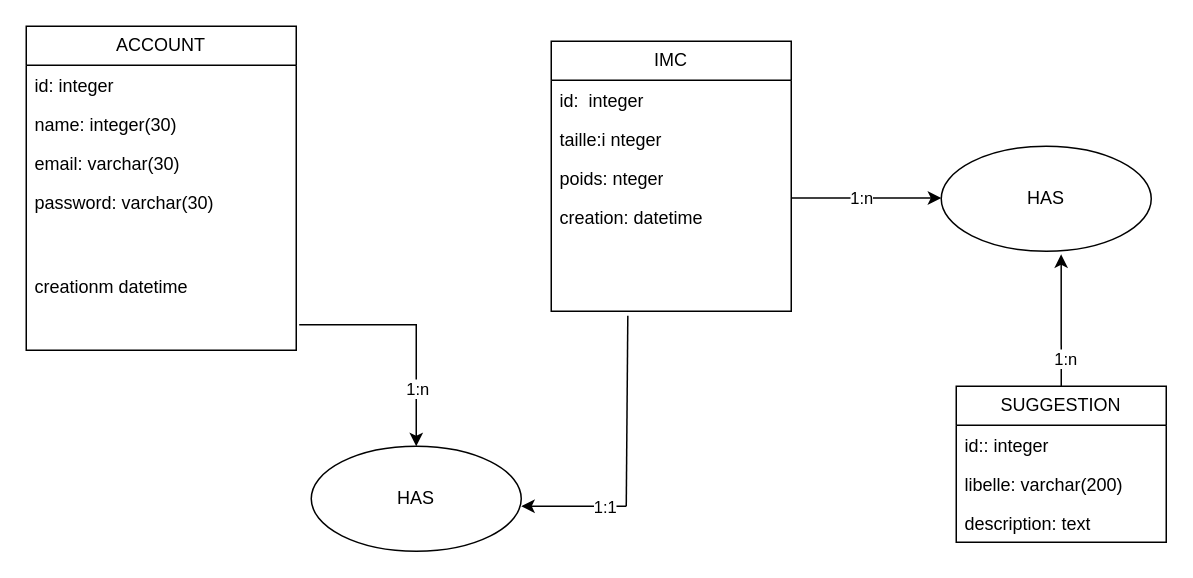
Before: page "mcd(modele conceptuel des donnees)" (1 of 2) of database-imc/imc-mcd.drawio in ledemkam/Body-Masser-Index, a draw.io diagram. Source tidied: cells renumbered, new cells numbered last; positions are measured from the earlier drawing's top-left corner, leaving out a move shared by most shapes. Both pictures are drawn from the tidied source at 150%, with x=0, y=0 at pixel (26, 26).
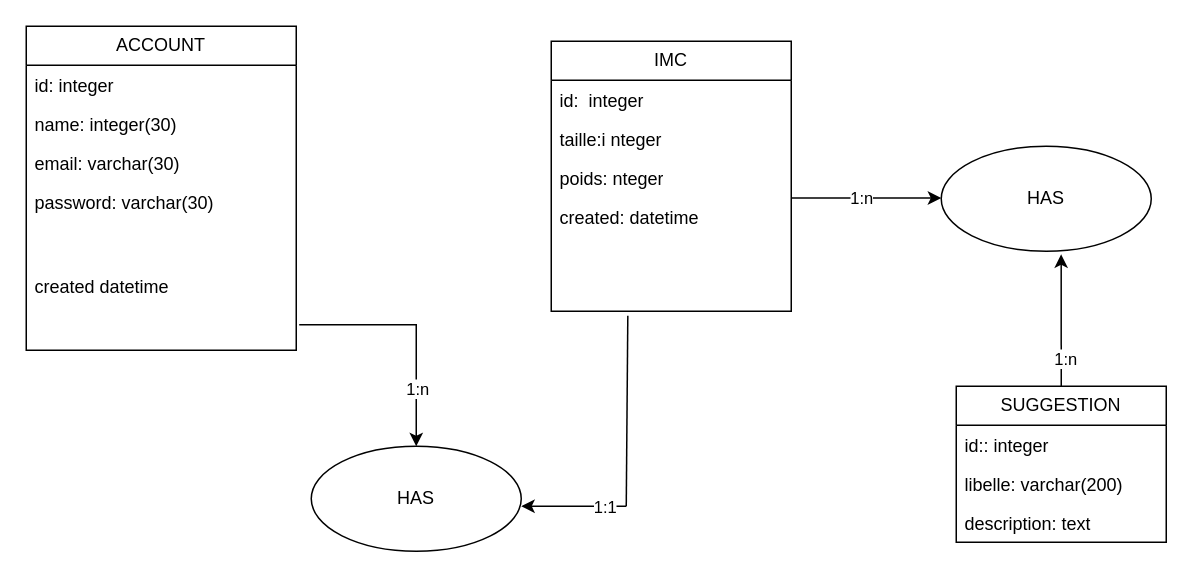
After the change.

The change refers to these unchanged cells:
```xml
<mxCell id="4" value="ACCOUNT" style="swimlane;fontStyle=0;horizontal=1;startSize=26;fillColor=none;whiteSpace=wrap;html=1;" parent="1" vertex="1">
  <mxGeometry width="180" height="216" as="geometry" />
</mxCell>
<mxCell id="10" value="IMC" style="swimlane;fontStyle=0;horizontal=1;startSize=26;fillColor=none;whiteSpace=wrap;html=1;" parent="1" vertex="1">
  <mxGeometry x="350" y="10" width="160" height="180" as="geometry" />
</mxCell>
```

Change to the diagram source:
```diff
@@
-    <mxCell id="9" value="creationm datetime" style="text;strokeColor=none;fillColor=none;align=left;verticalAlign=top;spacingLeft=4;spacingRight=4;overflow=hidden;points=[[0,0.5],[1,0.5]];portConstraint=eastwest;whiteSpace=wrap;html=1;" parent="4" vertex="1">
+    <mxCell id="9" value="created datetime" style="text;strokeColor=none;fillColor=none;align=left;verticalAlign=top;spacingLeft=4;spacingRight=4;overflow=hidden;points=[[0,0.5],[1,0.5]];portConstraint=eastwest;whiteSpace=wrap;html=1;" parent="4" vertex="1">
       <mxGeometry y="160" width="180" height="56" as="geometry" />
     </mxCell>
@@
-    <mxCell id="14" value="creation: datetime" style="text;strokeColor=none;fillColor=none;align=left;verticalAlign=top;spacingLeft=4;spacingRight=4;overflow=hidden;points=[[0,0.5],[1,0.5]];portConstraint=eastwest;whiteSpace=wrap;html=1;" parent="10" vertex="1">
+    <mxCell id="14" value="created: datetime" style="text;strokeColor=none;fillColor=none;align=left;verticalAlign=top;spacingLeft=4;spacingRight=4;overflow=hidden;points=[[0,0.5],[1,0.5]];portConstraint=eastwest;whiteSpace=wrap;html=1;" parent="10" vertex="1">
       <mxGeometry y="104" width="160" height="76" as="geometry" />
     </mxCell>
```
